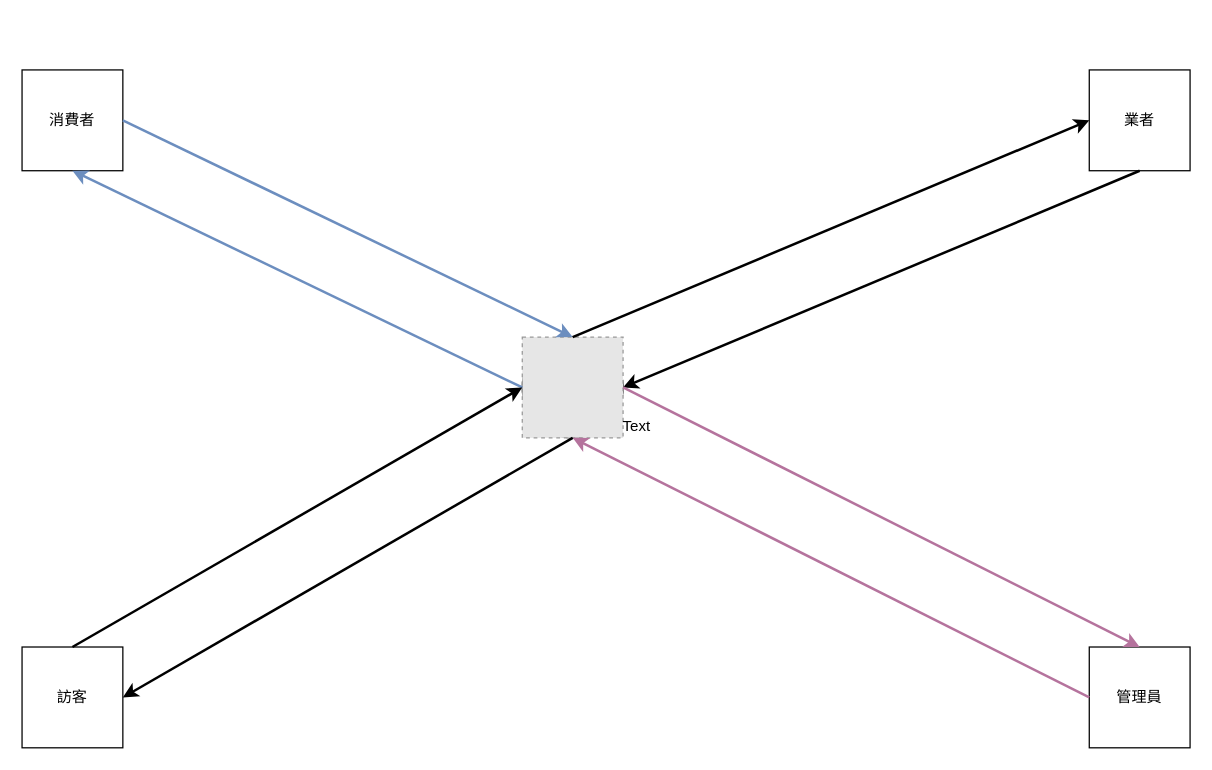
Above: 環境圖與事件條列式04.drawio in Heine-cs/draw_algorithm (draw.io), before the change. Source tidied: cells renumbered, new cells numbered last; positions are measured from the earlier drawing's top-left corner, leaving out a move shared by most shapes. Both pictures are drawn from the tidied source at 126%, with x=0, y=0 at pixel (21, 69). Pictures stored in the file or linked from it are replaced by grey dashed boxes.
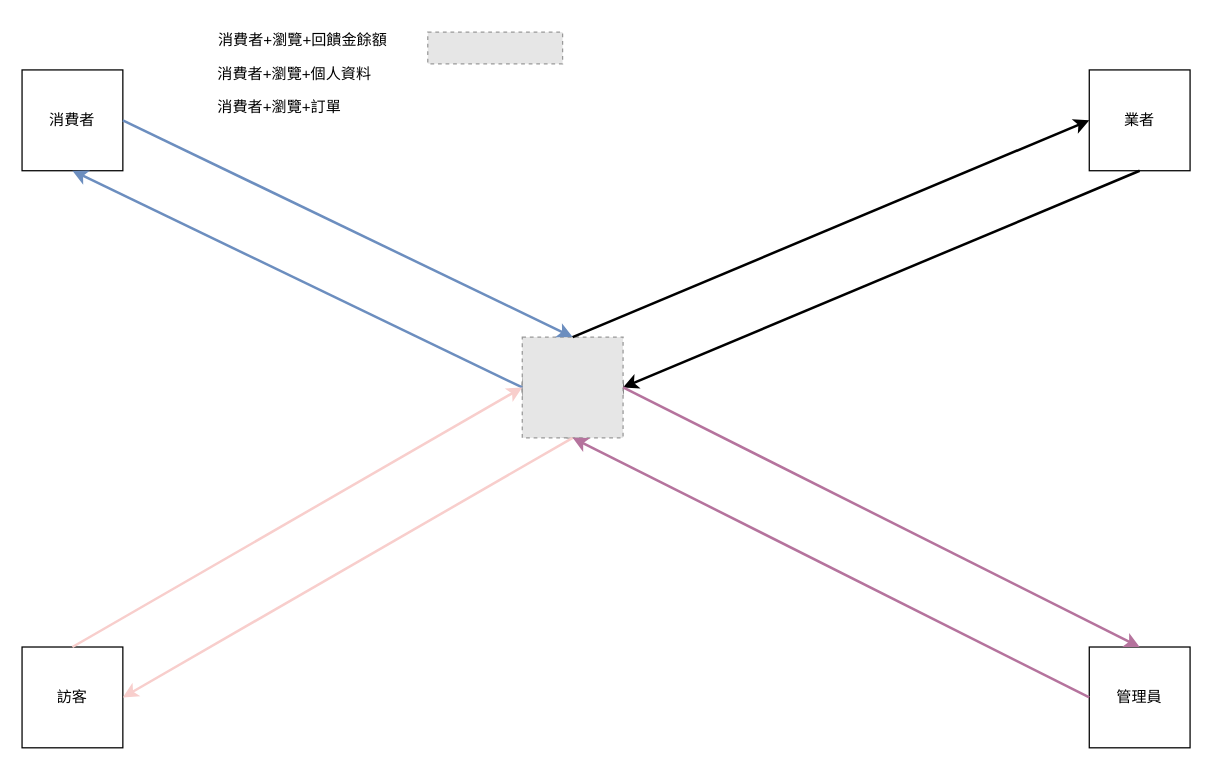
Above is the later version.

Commit message:
Update 環境圖與事件條列式04.drawio

Diff of the diagram source:
```diff
@@
 <mxGraphModel>
   <root>
     <mxCell id="0" />
     <mxCell id="1" parent="0" />
     <mxCell id="2" style="ellipse;whiteSpace=wrap;html=1;" parent="1" vertex="1">
       <mxGeometry x="397" y="212" width="80" height="80" as="geometry" />
     </mxCell>
     <mxCell id="3" style="fillColor=#E6E6E6;strokeColor=#999999;dashed=1;verticalLabelPosition=bottom;labelBackgroundColor=default;verticalAlign=top;" parent="1" vertex="1">
       <mxGeometry x="397" y="212" width="80" height="80" as="geometry" />
     </mxCell>
     <mxCell id="4" value="消費者" style="whiteSpace=wrap;html=1;" parent="1" vertex="1">
       <mxGeometry width="80" height="80" as="geometry" />
     </mxCell>
     <mxCell id="5" value="業者" style="whiteSpace=wrap;html=1;" parent="1" vertex="1">
       <mxGeometry x="847" width="80" height="80" as="geometry" />
     </mxCell>
     <mxCell id="6" value="訪客" style="whiteSpace=wrap;html=1;" parent="1" vertex="1">
       <mxGeometry y="458" width="80" height="80" as="geometry" />
     </mxCell>
     <mxCell id="7" value="管理員" style="whiteSpace=wrap;html=1;" parent="1" vertex="1">
       <mxGeometry x="847" y="458" width="80" height="80" as="geometry" />
     </mxCell>
     <mxCell id="8" style="endArrow=classic;html=1;rounded=0;exitX=1;exitY=0.5;exitDx=0;exitDy=0;entryX=0.5;entryY=0;entryDx=0;entryDy=0;fillColor=#dae8fc;strokeColor=#6c8ebf;strokeWidth=2;" parent="1" edge="1" source="4" target="3">
       <mxGeometry relative="1" as="geometry" />
     </mxCell>
     <mxCell id="9" style="endArrow=classic;html=1;rounded=0;entryX=0.5;entryY=1;entryDx=0;entryDy=0;exitX=0;exitY=0.5;exitDx=0;exitDy=0;fillColor=#dae8fc;strokeColor=#6c8ebf;strokeWidth=2;" parent="1" edge="1" source="3" target="4">
       <mxGeometry relative="1" as="geometry" />
     </mxCell>
     <mxCell id="10" style="endArrow=classic;html=1;rounded=0;exitX=0.5;exitY=0;exitDx=0;exitDy=0;entryX=0;entryY=0.5;entryDx=0;entryDy=0;strokeWidth=2;" parent="1" edge="1" source="3" target="5">
       <mxGeometry relative="1" as="geometry" />
     </mxCell>
     <mxCell id="11" style="endArrow=classic;html=1;rounded=0;exitX=0.5;exitY=1;exitDx=0;exitDy=0;entryX=1;entryY=0.5;entryDx=0;entryDy=0;strokeWidth=2;" parent="1" edge="1" source="5" target="3">
       <mxGeometry relative="1" as="geometry" />
     </mxCell>
     <mxCell id="12" style="endArrow=classic;html=1;rounded=0;exitX=0;exitY=0.5;exitDx=0;exitDy=0;entryX=0.5;entryY=1;entryDx=0;entryDy=0;strokeColor=#B5739D;strokeWidth=2;" parent="1" edge="1" source="7" target="3">
       <mxGeometry relative="1" as="geometry" />
     </mxCell>
     <mxCell id="13" style="endArrow=classic;html=1;rounded=0;exitX=1;exitY=0.5;exitDx=0;exitDy=0;entryX=0.5;entryY=0;entryDx=0;entryDy=0;strokeColor=#B5739D;strokeWidth=2;" parent="1" edge="1" source="3" target="7">
       <mxGeometry relative="1" as="geometry" />
     </mxCell>
-    <mxCell id="14" style="endArrow=classic;html=1;rounded=0;exitX=0.5;exitY=0;exitDx=0;exitDy=0;entryX=0;entryY=0.5;entryDx=0;entryDy=0;strokeWidth=2;" parent="1" edge="1" source="6" target="3">
+    <mxCell id="14" style="endArrow=classic;html=1;rounded=0;exitX=0.5;exitY=0;exitDx=0;exitDy=0;entryX=0;entryY=0.5;entryDx=0;entryDy=0;strokeWidth=2;strokeColor=#F8CECC;" parent="1" edge="1" source="6" target="3">
       <mxGeometry relative="1" as="geometry" />
     </mxCell>
-    <mxCell id="15" style="endArrow=classic;html=1;rounded=0;entryX=1;entryY=0.5;entryDx=0;entryDy=0;exitX=0.5;exitY=1;exitDx=0;exitDy=0;strokeWidth=2;" parent="1" edge="1" source="3" target="6">
+    <mxCell id="15" style="endArrow=classic;html=1;rounded=0;entryX=1;entryY=0.5;entryDx=0;entryDy=0;exitX=0.5;exitY=1;exitDx=0;exitDy=0;strokeWidth=2;strokeColor=#F8CECC;" parent="1" edge="1" source="3" target="6">
       <mxGeometry relative="1" as="geometry" />
     </mxCell>
-    <mxCell id="16" value="Text" style="text;strokeColor=none;align=center;fillColor=none;html=1;verticalAlign=middle;whiteSpace=wrap;rounded=0;" parent="1" vertex="1">
-      <mxGeometry x="458" y="268" width="60" height="30" as="geometry" />
+    <mxCell id="16" value="消費者+瀏覽+訂單" style="text;strokeColor=none;align=center;fillColor=none;html=1;verticalAlign=middle;whiteSpace=wrap;rounded=0;" parent="1" vertex="1">
+      <mxGeometry x="151" y="15" width="107" height="30" as="geometry" />
     </mxCell>
+    <mxCell id="17" value="消費者+瀏覽+個人資料" style="text;strokeColor=none;align=center;fillColor=none;html=1;verticalAlign=middle;whiteSpace=wrap;rounded=0;" parent="1" vertex="1">
+      <mxGeometry x="151" y="-11" width="131" height="30" as="geometry" />
+    </mxCell>
+    <mxCell id="18" value="消費者+瀏覽+回饋金餘額" style="text;strokeColor=none;align=center;fillColor=none;html=1;verticalAlign=middle;whiteSpace=wrap;rounded=0;" parent="1" vertex="1">
+      <mxGeometry x="151" y="-38" width="143.8" height="30" as="geometry" />
+    </mxCell>
+    <mxCell id="19" style="fillColor=#E6E6E6;strokeColor=#999999;dashed=1;verticalLabelPosition=bottom;labelBackgroundColor=default;verticalAlign=top;" parent="1" vertex="1">
+      <mxGeometry x="322" y="-30" width="107" height="25.1" as="geometry" />
+    </mxCell>
   </root>
 </mxGraphModel>
```
